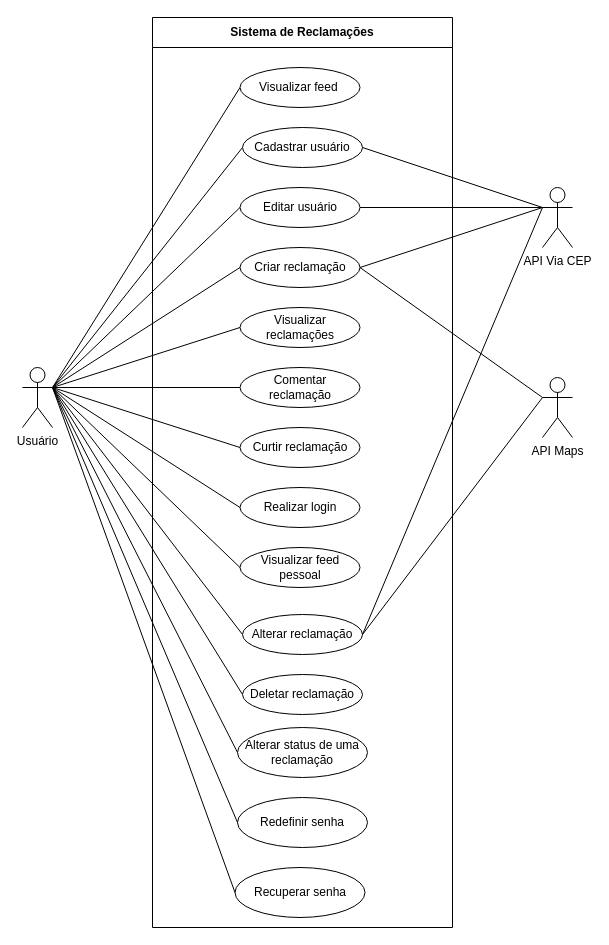
This is Documentação/Diagramas/Diagrama de Caso de Uso.drawio from frsouzaa/Documentacao-TCC-NossaVia, a draw.io file, before an edit. Source tidied: cells renumbered, new cells numbered last; positions are measured from the earlier drawing's top-left corner, leaving out a move shared by most shapes. Both pictures are drawn from the tidied source at 100%, with x=0, y=0 at pixel (22, 17).
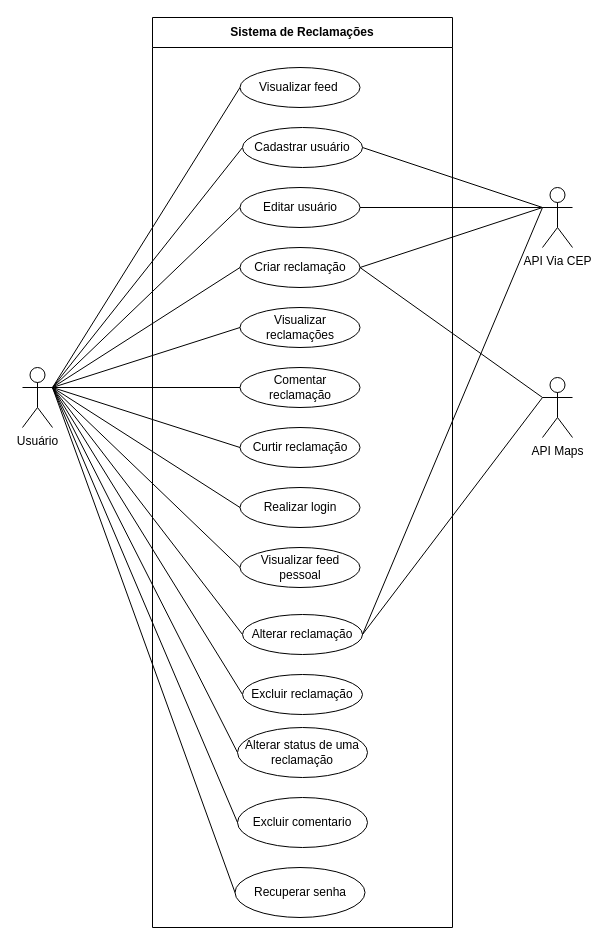
The same page after the edit.

The change refers to these unchanged cells:
```xml
<mxCell id="14" value="Sistema de Reclamações" style="swimlane;whiteSpace=wrap;html=1;startSize=30;" parent="1" vertex="1">
  <mxGeometry x="130" width="300" height="910" as="geometry" />
</mxCell>
```

Change to the diagram source:
```diff
@@
-    <mxCell id="18" value="Deletar reclamação" style="ellipse;whiteSpace=wrap;html=1;align=center;" parent="14" vertex="1">
+    <mxCell id="18" value="Excluir reclamação" style="ellipse;whiteSpace=wrap;html=1;align=center;" parent="14" vertex="1">
       <mxGeometry x="90" y="657" width="120" height="40" as="geometry" />
     </mxCell>
@@
-    <mxCell id="24" value="Redefinir senha" style="ellipse;whiteSpace=wrap;html=1;align=center;" parent="14" vertex="1">
+    <mxCell id="24" value="Excluir comentario" style="ellipse;whiteSpace=wrap;html=1;align=center;" parent="14" vertex="1">
       <mxGeometry x="85" y="780" width="130" height="50" as="geometry" />
     </mxCell>
```
